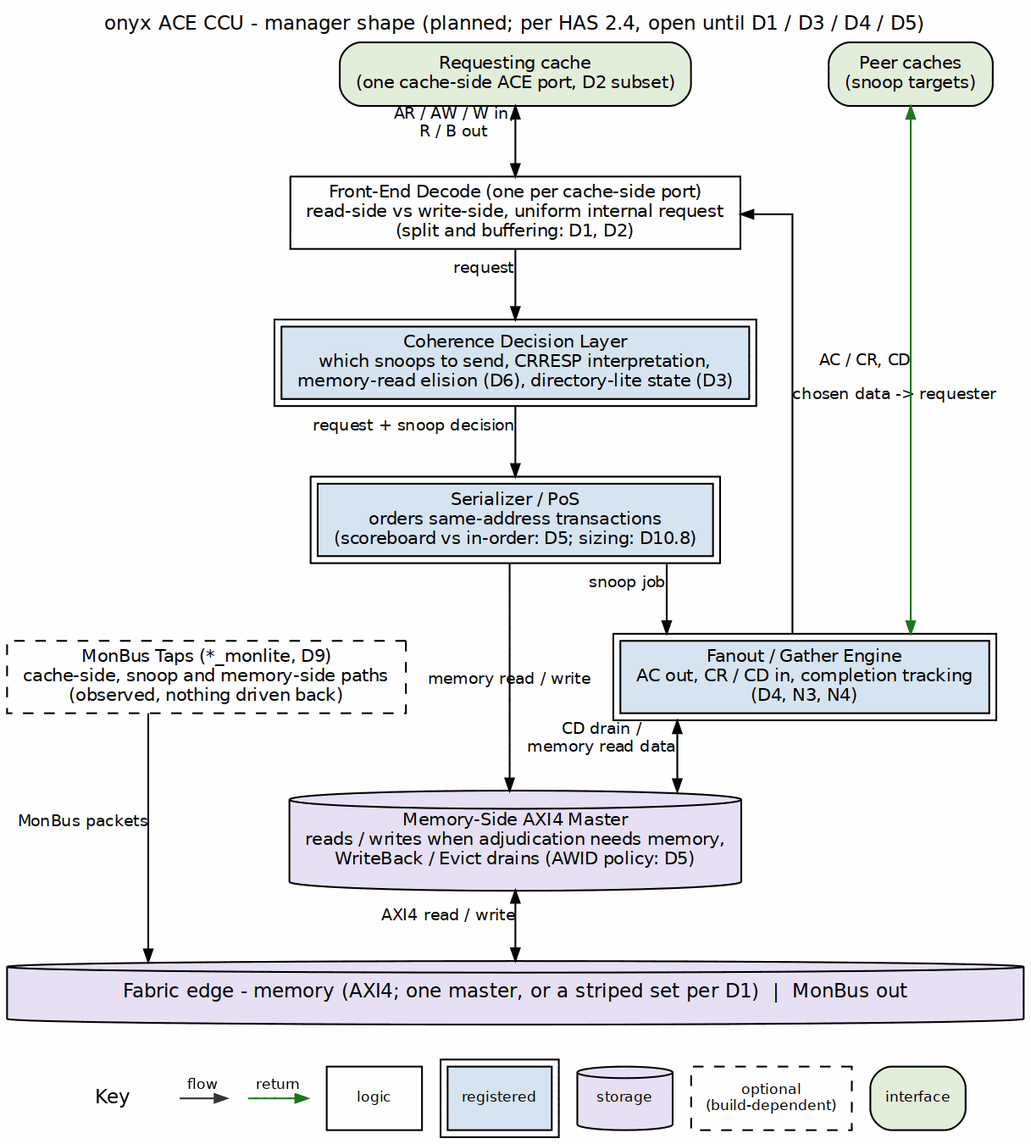
Earlier version of the Graphviz export projects/components/cache-ip/onyx-ace-ccu/docs/onyx_has/assets/graphviz/01_block_diagram.png (sean-galloway/RTLDesignSherpa). Its source is kept beside it as projects/components/cache-ip/onyx-ace-ccu/docs/onyx_has/assets/graphviz/01_block_diagram.dot. Source of this version:
```dot
digraph onyx_planned {
    graph [rankdir=TB, bgcolor="white", fontname="Helvetica", fontsize=11,
           nodesep="0.50", ranksep="0.55", splines=ortho,
           label="onyx ACE CCU - manager shape (planned; per HAS 2.4, open until D1 / D3 / D4 / D5)",
           labelloc=t, labeljust=c];
    node  [fontname="Helvetica", fontsize=10, shape=box, style=filled,
           fillcolor="white", color="black", margin="0.12,0.06"];
    edge  [fontname="Helvetica", fontsize=9, color="black", arrowsize=0.7];

    req   [label="Requesting cache\n(one cache-side ACE port, D2 subset)", fillcolor="white", group=C, style="rounded,filled", fillcolor="#E2EFDA"];
    peers [label="Peer caches\n(snoop targets)", fillcolor="white", style="rounded,filled", fillcolor="#E2EFDA"];

    fe   [label="Front-End Decode (one per cache-side port)\nread-side vs write-side, uniform internal request\n(split and buffering: D1, D2)", group=C, style="filled", fillcolor="white"];
    dec  [label="Coherence Decision Layer\nwhich snoops to send, CRRESP interpretation,\nmemory-read elision (D6), directory-lite state (D3)", group=C, peripheries=2, style="filled", fillcolor="#D6E4F0"];
    ser  [label="Serializer / PoS\norders same-address transactions\n(scoreboard vs in-order: D5; sizing: D10.8)", group=C, peripheries=2, style="filled", fillcolor="#D6E4F0"];
    fan  [label="Fanout / Gather Engine\nAC out, CR / CD in, completion tracking\n(D4, N3, N4)", peripheries=2, style="filled", fillcolor="#D6E4F0"];
    mem  [label="Memory-Side AXI4 Master\nreads / writes when adjudication needs memory,\nWriteBack / Evict drains (AWID policy: D5)", group=C, shape=cylinder, style="filled", fillcolor="#E8DFF5"];
    tap  [label="MonBus Taps (*_monlite, D9)\ncache-side, snoop and memory-side paths\n(observed, nothing driven back)", style="filled,dashed", style="filled,dashed", fillcolor="white"];

    bar  [label="Fabric edge - memory (AXI4; one master, or a striped set per D1)  |  MonBus out",
          fillcolor="white", width=8, height=0.5, fontsize=11, group=C, shape=cylinder, style="filled", fillcolor="#E8DFF5"];

    req  -> fe   [dir=both, xlabel="AR / AW / W in,\nR / B out"];
    fe   -> dec  [xlabel="request"];
    dec  -> ser  [xlabel="request + snoop decision"];
    ser  -> fan  [xlabel="snoop job"];
    ser  -> mem  [xlabel="memory read / write"];
    fan  -> peers [color="#1A7A1A", dir=both, xlabel="AC / CR, CD"];
    fan  -> mem  [dir=both, xlabel="CD drain /\nmemory read data"];
    fe   -> fan  [dir=back, xlabel="chosen data -> requester", constraint=false];
    mem  -> bar  [dir=both, xlabel="AXI4 read / write"];
    tap  -> bar  [xlabel="MonBus packets"];

    { rank=same; req; peers; }
    { rank=same; fan; tap; }
    req -> peers [style=invis];
    ser -> tap [style=invis];
}
```
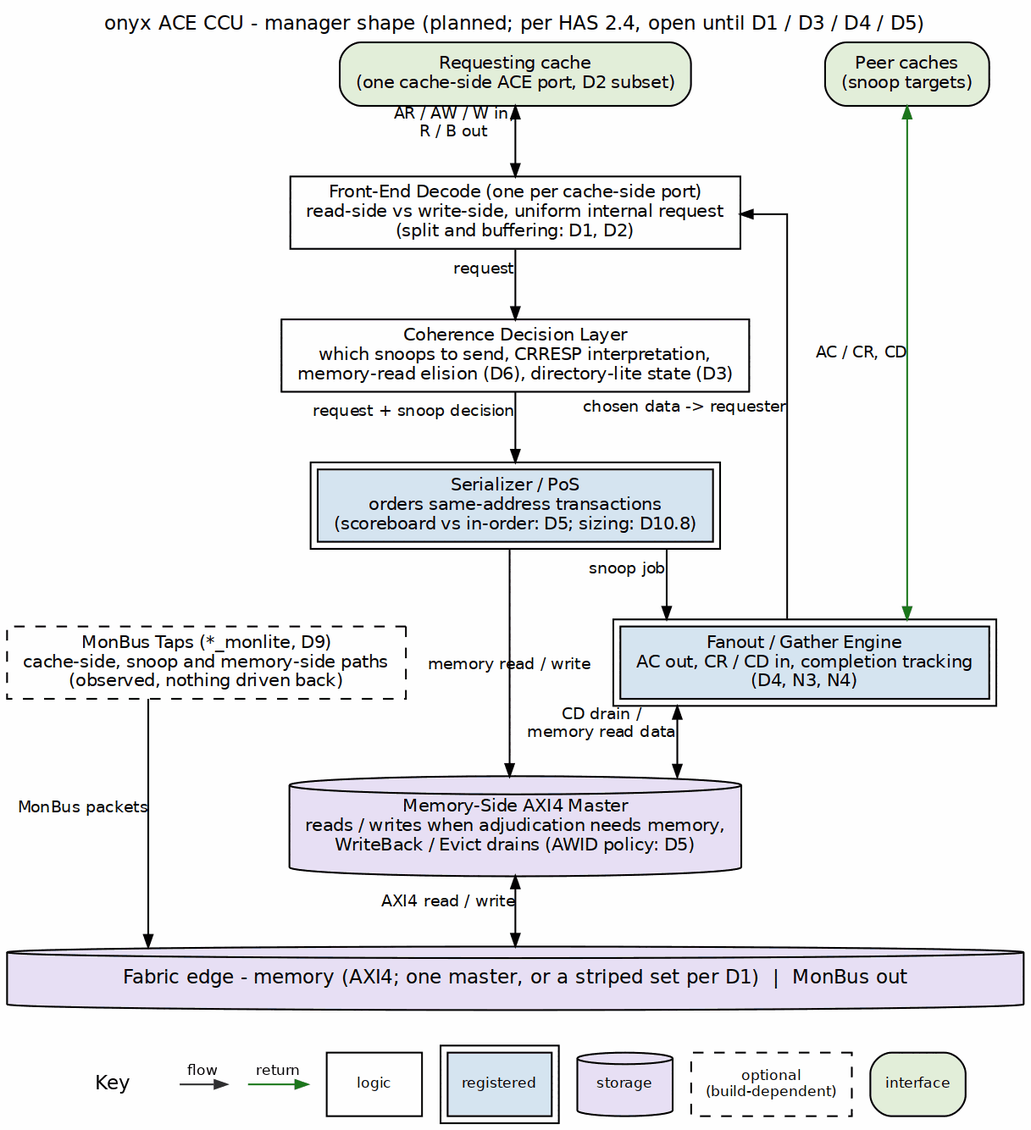
Later version of the same file.

Diff of the diagram source:
```diff
@@ -11,7 +11,7 @@
     peers [label="Peer caches\n(snoop targets)", fillcolor="white", style="rounded,filled", fillcolor="#E2EFDA"];
 
     fe   [label="Front-End Decode (one per cache-side port)\nread-side vs write-side, uniform internal request\n(split and buffering: D1, D2)", group=C, style="filled", fillcolor="white"];
-    dec  [label="Coherence Decision Layer\nwhich snoops to send, CRRESP interpretation,\nmemory-read elision (D6), directory-lite state (D3)", group=C, peripheries=2, style="filled", fillcolor="#D6E4F0"];
+    dec  [label="Coherence Decision Layer\nwhich snoops to send, CRRESP interpretation,\nmemory-read elision (D6), directory-lite state (D3)", group=C, style="filled", fillcolor="white"];
     ser  [label="Serializer / PoS\norders same-address transactions\n(scoreboard vs in-order: D5; sizing: D10.8)", group=C, peripheries=2, style="filled", fillcolor="#D6E4F0"];
     fan  [label="Fanout / Gather Engine\nAC out, CR / CD in, completion tracking\n(D4, N3, N4)", peripheries=2, style="filled", fillcolor="#D6E4F0"];
     mem  [label="Memory-Side AXI4 Master\nreads / writes when adjudication needs memory,\nWriteBack / Evict drains (AWID policy: D5)", group=C, shape=cylinder, style="filled", fillcolor="#E8DFF5"];
```
